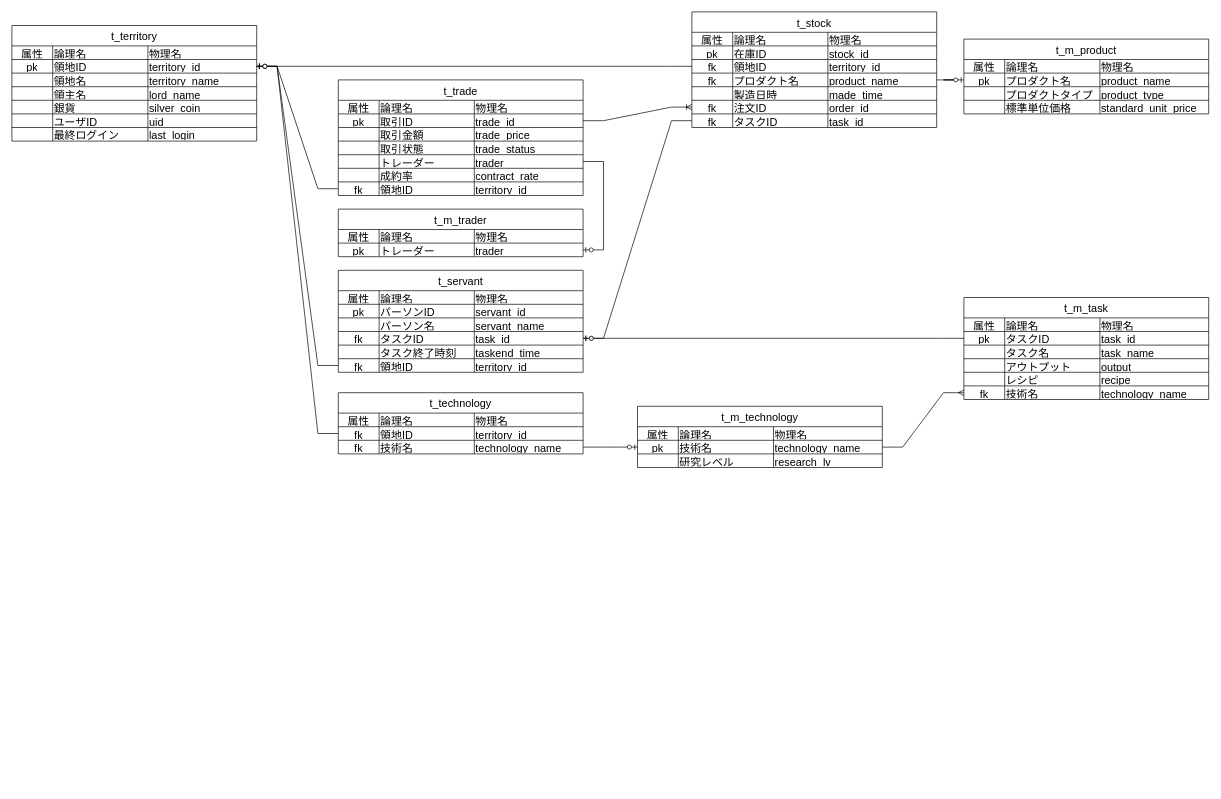
T-Miyaoka/geeklog keeps this draw.io diagram as page "ER" (1 of 4) of table.drawio. Above is the earlier version. Source tidied: cells renumbered, new cells numbered last; positions are measured from the earlier drawing's top-left corner, leaving out a move shared by most shapes. Both pictures are drawn from the tidied source at 68%, with x=0, y=0 at pixel (12, 12).
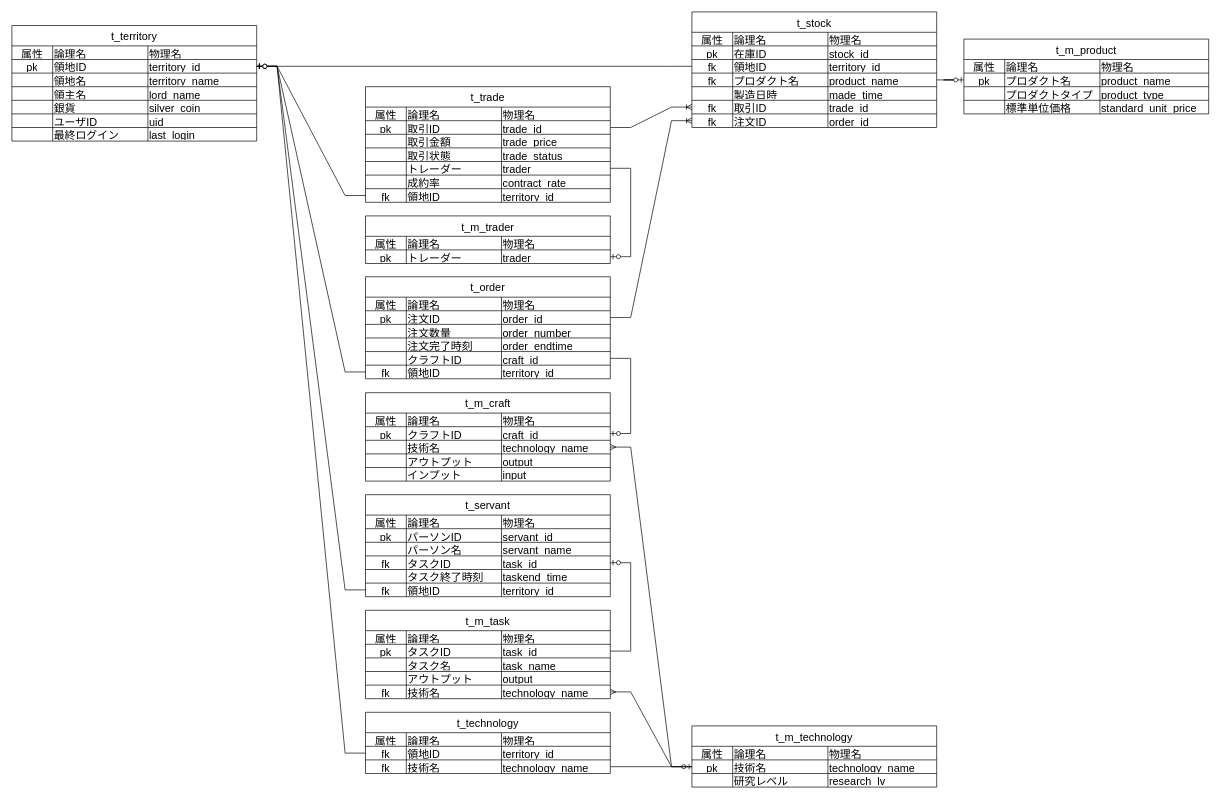
The same diagram, later.

Unchanged cells that the change refers to:
```xml
<mxCell id="7" style="shape=tableRow;horizontal=0;startSize=0;swimlaneHead=0;swimlaneBody=0;strokeColor=inherit;top=0;left=0;bottom=0;right=0;fillColor=none;points=[[0,0.5],[1,0.5]];portConstraint=eastwest;fontSize=16;" parent="2" vertex="1">
  <mxGeometry y="50" width="360" height="20" as="geometry" />
</mxCell>
<mxCell id="36" style="shape=tableRow;horizontal=0;startSize=0;swimlaneHead=0;swimlaneBody=0;strokeColor=inherit;top=0;left=0;bottom=0;right=0;fillColor=none;points=[[0,0.5],[1,0.5]];portConstraint=eastwest;fontSize=16;" parent="31" vertex="1">
  <mxGeometry y="50" width="360" height="20" as="geometry" />
</mxCell>
<mxCell id="81" style="shape=tableRow;horizontal=0;startSize=0;swimlaneHead=0;swimlaneBody=0;strokeColor=inherit;top=0;left=0;bottom=0;right=0;fillColor=none;points=[[0,0.5],[1,0.5]];portConstraint=eastwest;fontSize=16;" parent="60" vertex="1">
  <mxGeometry y="130" width="360" height="20" as="geometry" />
</mxCell>
<mxCell id="85" style="shape=tableRow;horizontal=0;startSize=0;swimlaneHead=0;swimlaneBody=0;strokeColor=inherit;top=0;left=0;bottom=0;right=0;fillColor=none;points=[[0,0.5],[1,0.5]];portConstraint=eastwest;fontSize=16;" parent="60" vertex="1">
  <mxGeometry y="150" width="360" height="20" as="geometry" />
</mxCell>
<mxCell id="102" style="shape=tableRow;horizontal=0;startSize=0;swimlaneHead=0;swimlaneBody=0;strokeColor=inherit;top=0;left=0;bottom=0;right=0;fillColor=none;points=[[0,0.5],[1,0.5]];portConstraint=eastwest;fontSize=16;" parent="89" vertex="1">
  <mxGeometry y="90" width="360" height="20" as="geometry" />
</mxCell>
<mxCell id="120" style="shape=tableRow;horizontal=0;startSize=0;swimlaneHead=0;swimlaneBody=0;strokeColor=inherit;top=0;left=0;bottom=0;right=0;fillColor=none;points=[[0,0.5],[1,0.5]];portConstraint=eastwest;fontSize=16;" parent="115" vertex="1">
  <mxGeometry y="50" width="360" height="20" as="geometry" />
</mxCell>
```

Change to the diagram source:
```diff
@@
     <mxCell id="31" value="t_m_technology" style="shape=table;startSize=30;childLayout=tableLayout;strokeColor=default;fontSize=16;align=center;" parent="1" vertex="1">
-      <mxGeometry x="920" y="580" width="360" height="90" as="geometry" />
+      <mxGeometry x="1000" y="1050" width="360" height="90" as="geometry" />
     </mxCell>
@@
     <mxCell id="45" value="t_technology" style="shape=table;startSize=30;childLayout=tableLayout;strokeColor=default;fontSize=16;align=center;" parent="1" vertex="1">
-      <mxGeometry x="480" y="560" width="360" height="90" as="geometry" />
+      <mxGeometry x="520" y="1030" width="360" height="90" as="geometry" />
     </mxCell>
@@
-    <mxCell id="83" value="注文ID" style="shape=partialRectangle;html=1;whiteSpace=wrap;strokeColor=inherit;overflow=hidden;fillColor=none;top=0;left=0;bottom=0;right=0;fontSize=16;align=left;" parent="81" vertex="1">
+    <mxCell id="83" value="取引ID" style="shape=partialRectangle;html=1;whiteSpace=wrap;strokeColor=inherit;overflow=hidden;fillColor=none;top=0;left=0;bottom=0;right=0;fontSize=16;align=left;" parent="81" vertex="1">
       <mxGeometry x="60" width="140" height="20" as="geometry" />
     </mxCell>
-    <mxCell id="84" value="order_id" style="shape=partialRectangle;html=1;whiteSpace=wrap;strokeColor=inherit;overflow=hidden;fillColor=none;top=0;left=0;bottom=0;right=0;fontSize=16;align=left;" parent="81" vertex="1">
+    <mxCell id="84" value="trade_id" style="shape=partialRectangle;html=1;whiteSpace=wrap;strokeColor=inherit;overflow=hidden;fillColor=none;top=0;left=0;bottom=0;right=0;fontSize=16;align=left;" parent="81" vertex="1">
       <mxGeometry x="200" width="160" height="20" as="geometry" />
     </mxCell>
@@
-    <mxCell id="87" value="タスクID" style="shape=partialRectangle;html=1;whiteSpace=wrap;strokeColor=inherit;overflow=hidden;fillColor=none;top=0;left=0;bottom=0;right=0;fontSize=16;align=left;" parent="85" vertex="1">
+    <mxCell id="87" value="注文ID" style="shape=partialRectangle;html=1;whiteSpace=wrap;strokeColor=inherit;overflow=hidden;fillColor=none;top=0;left=0;bottom=0;right=0;fontSize=16;align=left;" parent="85" vertex="1">
       <mxGeometry x="60" width="140" height="20" as="geometry" />
     </mxCell>
-    <mxCell id="88" value="task_id" style="shape=partialRectangle;html=1;whiteSpace=wrap;strokeColor=inherit;overflow=hidden;fillColor=none;top=0;left=0;bottom=0;right=0;fontSize=16;align=left;" parent="85" vertex="1">
+    <mxCell id="88" value="order_id" style="shape=partialRectangle;html=1;whiteSpace=wrap;strokeColor=inherit;overflow=hidden;fillColor=none;top=0;left=0;bottom=0;right=0;fontSize=16;align=left;" parent="85" vertex="1">
       <mxGeometry x="200" width="160" height="20" as="geometry" />
     </mxCell>
     <mxCell id="89" value="t_servant" style="shape=table;startSize=30;childLayout=tableLayout;strokeColor=default;fontSize=16;align=center;" parent="1" vertex="1">
-      <mxGeometry x="480" y="380" width="360" height="150" as="geometry" />
+      <mxGeometry x="520" y="710" width="360" height="150" as="geometry" />
     </mxCell>
@@
     <mxCell id="115" value="t_m_task" style="shape=table;startSize=30;childLayout=tableLayout;strokeColor=default;fontSize=16;align=center;" parent="1" vertex="1">
-      <mxGeometry x="1400" y="420" width="360" height="150" as="geometry" />
+      <mxGeometry x="520" y="880" width="360" height="130" as="geometry" />
     </mxCell>
@@
-    <mxCell id="132" style="shape=tableRow;horizontal=0;startSize=0;swimlaneHead=0;swimlaneBody=0;strokeColor=inherit;top=0;left=0;bottom=0;right=0;fillColor=none;fontSize=16;" parent="115" vertex="1">
-      <mxGeometry y="110" width="360" height="20" as="geometry" />
-    </mxCell>
-    <mxCell id="133" style="shape=partialRectangle;html=1;whiteSpace=wrap;strokeColor=inherit;overflow=hidden;fillColor=none;top=0;left=0;bottom=0;right=0;fontSize=16;" parent="132" vertex="1">
-      <mxGeometry width="60" height="20" as="geometry" />
-    </mxCell>
-    <mxCell id="134" value="レシピ" style="shape=partialRectangle;html=1;whiteSpace=wrap;strokeColor=inherit;overflow=hidden;fillColor=none;top=0;left=0;bottom=0;right=0;fontSize=16;align=left;" parent="132" vertex="1">
-      <mxGeometry x="60" width="140" height="20" as="geometry" />
-    </mxCell>
-    <mxCell id="135" value="&lt;span style=&quot;text-align: center; text-wrap: nowrap;&quot;&gt;recipe&lt;/span&gt;" style="shape=partialRectangle;html=1;whiteSpace=wrap;strokeColor=inherit;overflow=hidden;fillColor=none;top=0;left=0;bottom=0;right=0;fontSize=16;align=left;" parent="132" vertex="1">
-      <mxGeometry x="200" width="160" height="20" as="geometry" />
-    </mxCell>
     <mxCell id="136" style="shape=tableRow;horizontal=0;startSize=0;swimlaneHead=0;swimlaneBody=0;strokeColor=inherit;top=0;left=0;bottom=0;right=0;fillColor=none;points=[[0,0.5],[1,0.5]];portConstraint=eastwest;fontSize=16;" parent="115" vertex="1">
-      <mxGeometry y="130" width="360" height="20" as="geometry" />
+      <mxGeometry y="110" width="360" height="20" as="geometry" />
     </mxCell>
@@
-    <mxCell id="140" style="edgeStyle=entityRelationEdgeStyle;fontSize=12;html=1;endArrow=ERzeroToOne;endFill=1;rounded=0;entryX=1;entryY=0.5;entryDx=0;entryDy=0;exitX=0;exitY=0.5;exitDx=0;exitDy=0;" parent="1" edge="1" source="120" target="102">
+    <mxCell id="140" style="edgeStyle=entityRelationEdgeStyle;fontSize=12;html=1;endArrow=ERzeroToOne;endFill=1;rounded=0;entryX=1;entryY=0.5;entryDx=0;entryDy=0;" parent="1" edge="1" source="120" target="102">
       <mxGeometry relative="1" as="geometry" />
     </mxCell>
@@
     <mxCell id="160" value="t_trade" style="shape=table;startSize=30;childLayout=tableLayout;strokeColor=default;fontSize=16;align=center;" parent="1" vertex="1">
-      <mxGeometry x="480" y="100" width="360" height="170" as="geometry" />
+      <mxGeometry x="520" y="110" width="360" height="170" as="geometry" />
     </mxCell>
@@
     <mxCell id="190" value="t_m_trader" style="shape=table;startSize=30;childLayout=tableLayout;strokeColor=default;fontSize=16;align=center;" parent="1" vertex="1">
-      <mxGeometry x="480" y="290" width="360" height="70" as="geometry" />
+      <mxGeometry x="520" y="300" width="360" height="70" as="geometry" />
     </mxCell>
@@
-    <mxCell id="201" style="edgeStyle=entityRelationEdgeStyle;fontSize=12;html=1;endArrow=ERzeroToOne;endFill=1;rounded=0;exitX=0;exitY=0.5;exitDx=0;exitDy=0;" parent="1" edge="1" source="85" target="102">
-      <mxGeometry relative="1" as="geometry" />
-    </mxCell>
+    <mxCell id="202" value="t_order" style="shape=table;startSize=30;childLayout=tableLayout;strokeColor=default;fontSize=16;align=center;" parent="1" vertex="1">
+      <mxGeometry x="520" y="389.5" width="360" height="150" as="geometry" />
+    </mxCell>
+    <mxCell id="203" style="shape=tableRow;horizontal=0;startSize=0;swimlaneHead=0;swimlaneBody=0;strokeColor=inherit;top=0;left=0;bottom=0;right=0;fillColor=none;fontSize=16;" parent="202" vertex="1">
+      <mxGeometry y="30" width="360" height="20" as="geometry" />
+    </mxCell>
+    <mxCell id="204" value="属性" style="shape=partialRectangle;html=1;whiteSpace=wrap;strokeColor=inherit;overflow=hidden;fillColor=none;top=0;left=0;bottom=0;right=0;fontSize=16;" parent="203" vertex="1">
+      <mxGeometry width="60" height="20" as="geometry" />
+    </mxCell>
+    <mxCell id="205" value="論理名" style="shape=partialRectangle;html=1;whiteSpace=wrap;strokeColor=inherit;overflow=hidden;fillColor=none;top=0;left=0;bottom=0;right=0;fontSize=16;align=left;" parent="203" vertex="1">
+      <mxGeometry x="60" width="140" height="20" as="geometry" />
+    </mxCell>
+    <mxCell id="206" value="物理名" style="shape=partialRectangle;html=1;whiteSpace=wrap;strokeColor=inherit;overflow=hidden;fillColor=none;top=0;left=0;bottom=0;right=0;fontSize=16;align=left;" parent="203" vertex="1">
+      <mxGeometry x="200" width="160" height="20" as="geometry" />
+    </mxCell>
+    <mxCell id="207" style="shape=tableRow;horizontal=0;startSize=0;swimlaneHead=0;swimlaneBody=0;strokeColor=inherit;top=0;left=0;bottom=0;right=0;fillColor=none;points=[[0,0.5],[1,0.5]];portConstraint=eastwest;fontSize=16;" parent="202" vertex="1">
+      <mxGeometry y="50" width="360" height="20" as="geometry" />
+    </mxCell>
+    <mxCell id="208" value="pk" style="shape=partialRectangle;html=1;whiteSpace=wrap;strokeColor=inherit;overflow=hidden;fillColor=none;top=0;left=0;bottom=0;right=0;fontSize=16;" parent="207" vertex="1">
+      <mxGeometry width="60" height="20" as="geometry" />
+    </mxCell>
+    <mxCell id="209" value="注文ID" style="shape=partialRectangle;html=1;whiteSpace=wrap;strokeColor=inherit;overflow=hidden;fillColor=none;top=0;left=0;bottom=0;right=0;fontSize=16;align=left;" parent="207" vertex="1">
+      <mxGeometry x="60" width="140" height="20" as="geometry" />
+    </mxCell>
+    <mxCell id="210" value="order_id" style="shape=partialRectangle;html=1;whiteSpace=wrap;strokeColor=inherit;overflow=hidden;fillColor=none;top=0;left=0;bottom=0;right=0;fontSize=16;align=left;" parent="207" vertex="1">
+      <mxGeometry x="200" width="160" height="20" as="geometry" />
+    </mxCell>
+    <mxCell id="211" style="shape=tableRow;horizontal=0;startSize=0;swimlaneHead=0;swimlaneBody=0;strokeColor=inherit;top=0;left=0;bottom=0;right=0;fillColor=none;fontSize=16;" parent="202" vertex="1">
+      <mxGeometry y="70" width="360" height="20" as="geometry" />
+    </mxCell>
+    <mxCell id="212" style="shape=partialRectangle;html=1;whiteSpace=wrap;strokeColor=inherit;overflow=hidden;fillColor=none;top=0;left=0;bottom=0;right=0;fontSize=16;" parent="211" vertex="1">
+      <mxGeometry width="60" height="20" as="geometry" />
+    </mxCell>
+    <mxCell id="213" value="注文数量" style="shape=partialRectangle;html=1;whiteSpace=wrap;strokeColor=inherit;overflow=hidden;fillColor=none;top=0;left=0;bottom=0;right=0;fontSize=16;align=left;" parent="211" vertex="1">
+      <mxGeometry x="60" width="140" height="20" as="geometry" />
+    </mxCell>
+    <mxCell id="214" value="order_number" style="shape=partialRectangle;html=1;whiteSpace=wrap;strokeColor=inherit;overflow=hidden;fillColor=none;top=0;left=0;bottom=0;right=0;fontSize=16;align=left;" parent="211" vertex="1">
+      <mxGeometry x="200" width="160" height="20" as="geometry" />
+    </mxCell>
+    <mxCell id="215" style="shape=tableRow;horizontal=0;startSize=0;swimlaneHead=0;swimlaneBody=0;strokeColor=inherit;top=0;left=0;bottom=0;right=0;fillColor=none;fontSize=16;" parent="202" vertex="1">
+      <mxGeometry y="90" width="360" height="20" as="geometry" />
+    </mxCell>
+    <mxCell id="216" style="shape=partialRectangle;html=1;whiteSpace=wrap;strokeColor=inherit;overflow=hidden;fillColor=none;top=0;left=0;bottom=0;right=0;fontSize=16;" parent="215" vertex="1">
+      <mxGeometry width="60" height="20" as="geometry" />
+    </mxCell>
+    <mxCell id="217" value="注文完了時刻" style="shape=partialRectangle;html=1;whiteSpace=wrap;strokeColor=inherit;overflow=hidden;fillColor=none;top=0;left=0;bottom=0;right=0;fontSize=16;align=left;" parent="215" vertex="1">
+      <mxGeometry x="60" width="140" height="20" as="geometry" />
+    </mxCell>
+    <mxCell id="218" value="order_endtime" style="shape=partialRectangle;html=1;whiteSpace=wrap;strokeColor=inherit;overflow=hidden;fillColor=none;top=0;left=0;bottom=0;right=0;fontSize=16;align=left;" parent="215" vertex="1">
+      <mxGeometry x="200" width="160" height="20" as="geometry" />
+    </mxCell>
+    <mxCell id="219" style="shape=tableRow;horizontal=0;startSize=0;swimlaneHead=0;swimlaneBody=0;strokeColor=inherit;top=0;left=0;bottom=0;right=0;fillColor=none;points=[[0,0.5],[1,0.5]];portConstraint=eastwest;fontSize=16;" parent="202" vertex="1">
+      <mxGeometry y="110" width="360" height="20" as="geometry" />
+    </mxCell>
+    <mxCell id="220" style="shape=partialRectangle;html=1;whiteSpace=wrap;strokeColor=inherit;overflow=hidden;fillColor=none;top=0;left=0;bottom=0;right=0;fontSize=16;" parent="219" vertex="1">
+      <mxGeometry width="60" height="20" as="geometry" />
+    </mxCell>
+    <mxCell id="221" value="クラフトID" style="shape=partialRectangle;html=1;whiteSpace=wrap;strokeColor=inherit;overflow=hidden;fillColor=none;top=0;left=0;bottom=0;right=0;fontSize=16;align=left;" parent="219" vertex="1">
+      <mxGeometry x="60" width="140" height="20" as="geometry" />
+    </mxCell>
+    <mxCell id="222" value="craft_id" style="shape=partialRectangle;html=1;whiteSpace=wrap;strokeColor=inherit;overflow=hidden;fillColor=none;top=0;left=0;bottom=0;right=0;fontSize=16;align=left;" parent="219" vertex="1">
+      <mxGeometry x="200" width="160" height="20" as="geometry" />
+    </mxCell>
+    <mxCell id="223" style="shape=tableRow;horizontal=0;startSize=0;swimlaneHead=0;swimlaneBody=0;strokeColor=inherit;top=0;left=0;bottom=0;right=0;fillColor=none;points=[[0,0.5],[1,0.5]];portConstraint=eastwest;fontSize=16;" parent="202" vertex="1">
+      <mxGeometry y="130" width="360" height="20" as="geometry" />
+    </mxCell>
+    <mxCell id="224" value="fk" style="shape=partialRectangle;html=1;whiteSpace=wrap;strokeColor=inherit;overflow=hidden;fillColor=none;top=0;left=0;bottom=0;right=0;fontSize=16;" parent="223" vertex="1">
+      <mxGeometry width="60" height="20" as="geometry" />
+    </mxCell>
+    <mxCell id="225" value="領地ID" style="shape=partialRectangle;html=1;whiteSpace=wrap;strokeColor=inherit;overflow=hidden;fillColor=none;top=0;left=0;bottom=0;right=0;fontSize=16;align=left;" parent="223" vertex="1">
+      <mxGeometry x="60" width="140" height="20" as="geometry" />
+    </mxCell>
+    <mxCell id="226" value="&lt;span style=&quot;text-align: center; text-wrap: nowrap;&quot;&gt;territory&lt;/span&gt;_id" style="shape=partialRectangle;html=1;whiteSpace=wrap;strokeColor=inherit;overflow=hidden;fillColor=none;top=0;left=0;bottom=0;right=0;fontSize=16;align=left;" parent="223" vertex="1">
+      <mxGeometry x="200" width="160" height="20" as="geometry" />
+    </mxCell>
+    <mxCell id="227" style="edgeStyle=entityRelationEdgeStyle;fontSize=12;html=1;endArrow=ERoneToMany;rounded=0;" parent="1" edge="1" source="207" target="85">
+      <mxGeometry relative="1" as="geometry" />
+    </mxCell>
+    <mxCell id="228" style="edgeStyle=entityRelationEdgeStyle;fontSize=12;html=1;endArrow=ERzeroToOne;endFill=1;rounded=0;entryX=1;entryY=0.5;entryDx=0;entryDy=0;exitX=0;exitY=0.5;exitDx=0;exitDy=0;" parent="1" edge="1" source="223" target="7">
+      <mxGeometry relative="1" as="geometry" />
+    </mxCell>
+    <mxCell id="229" value="t_m_craft" style="shape=table;startSize=30;childLayout=tableLayout;strokeColor=default;fontSize=16;align=center;" parent="1" vertex="1">
+      <mxGeometry x="520" y="560" width="360" height="130" as="geometry" />
+    </mxCell>
+    <mxCell id="230" style="shape=tableRow;horizontal=0;startSize=0;swimlaneHead=0;swimlaneBody=0;strokeColor=inherit;top=0;left=0;bottom=0;right=0;fillColor=none;fontSize=16;" parent="229" vertex="1">
+      <mxGeometry y="30" width="360" height="20" as="geometry" />
+    </mxCell>
+    <mxCell id="231" value="属性" style="shape=partialRectangle;html=1;whiteSpace=wrap;strokeColor=inherit;overflow=hidden;fillColor=none;top=0;left=0;bottom=0;right=0;fontSize=16;" parent="230" vertex="1">
+      <mxGeometry width="60" height="20" as="geometry" />
+    </mxCell>
+    <mxCell id="232" value="論理名" style="shape=partialRectangle;html=1;whiteSpace=wrap;strokeColor=inherit;overflow=hidden;fillColor=none;top=0;left=0;bottom=0;right=0;fontSize=16;align=left;" parent="230" vertex="1">
+      <mxGeometry x="60" width="140" height="20" as="geometry" />
+    </mxCell>
+    <mxCell id="233" value="物理名" style="shape=partialRectangle;html=1;whiteSpace=wrap;strokeColor=inherit;overflow=hidden;fillColor=none;top=0;left=0;bottom=0;right=0;fontSize=16;align=left;" parent="230" vertex="1">
+      <mxGeometry x="200" width="160" height="20" as="geometry" />
+    </mxCell>
+    <mxCell id="234" style="shape=tableRow;horizontal=0;startSize=0;swimlaneHead=0;swimlaneBody=0;strokeColor=inherit;top=0;left=0;bottom=0;right=0;fillColor=none;points=[[0,0.5],[1,0.5]];portConstraint=eastwest;fontSize=16;" parent="229" vertex="1">
+      <mxGeometry y="50" width="360" height="20" as="geometry" />
+    </mxCell>
+    <mxCell id="235" value="pk" style="shape=partialRectangle;html=1;whiteSpace=wrap;strokeColor=inherit;overflow=hidden;fillColor=none;top=0;left=0;bottom=0;right=0;fontSize=16;" parent="234" vertex="1">
+      <mxGeometry width="60" height="20" as="geometry" />
+    </mxCell>
+    <mxCell id="236" value="クラフトID" style="shape=partialRectangle;html=1;whiteSpace=wrap;strokeColor=inherit;overflow=hidden;fillColor=none;top=0;left=0;bottom=0;right=0;fontSize=16;align=left;" parent="234" vertex="1">
+      <mxGeometry x="60" width="140" height="20" as="geometry" />
+    </mxCell>
+    <mxCell id="237" value="craft_id" style="shape=partialRectangle;html=1;whiteSpace=wrap;strokeColor=inherit;overflow=hidden;fillColor=none;top=0;left=0;bottom=0;right=0;fontSize=16;align=left;" parent="234" vertex="1">
+      <mxGeometry x="200" width="160" height="20" as="geometry" />
+    </mxCell>
+    <mxCell id="238" style="shape=tableRow;horizontal=0;startSize=0;swimlaneHead=0;swimlaneBody=0;strokeColor=inherit;top=0;left=0;bottom=0;right=0;fillColor=none;points=[[0,0.5],[1,0.5]];portConstraint=eastwest;fontSize=16;" parent="229" vertex="1">
+      <mxGeometry y="70" width="360" height="20" as="geometry" />
+    </mxCell>
+    <mxCell id="239" style="shape=partialRectangle;html=1;whiteSpace=wrap;strokeColor=inherit;overflow=hidden;fillColor=none;top=0;left=0;bottom=0;right=0;fontSize=16;" parent="238" vertex="1">
+      <mxGeometry width="60" height="20" as="geometry" />
+    </mxCell>
+    <mxCell id="240" value="技術名" style="shape=partialRectangle;html=1;whiteSpace=wrap;strokeColor=inherit;overflow=hidden;fillColor=none;top=0;left=0;bottom=0;right=0;fontSize=16;align=left;" parent="238" vertex="1">
+      <mxGeometry x="60" width="140" height="20" as="geometry" />
+    </mxCell>
+    <mxCell id="241" value="technology_name" style="shape=partialRectangle;html=1;whiteSpace=wrap;strokeColor=inherit;overflow=hidden;fillColor=none;top=0;left=0;bottom=0;right=0;fontSize=16;align=left;" parent="238" vertex="1">
+      <mxGeometry x="200" width="160" height="20" as="geometry" />
+    </mxCell>
+    <mxCell id="242" style="shape=tableRow;horizontal=0;startSize=0;swimlaneHead=0;swimlaneBody=0;strokeColor=inherit;top=0;left=0;bottom=0;right=0;fillColor=none;fontSize=16;" parent="229" vertex="1">
+      <mxGeometry y="90" width="360" height="20" as="geometry" />
+    </mxCell>
+    <mxCell id="243" style="shape=partialRectangle;html=1;whiteSpace=wrap;strokeColor=inherit;overflow=hidden;fillColor=none;top=0;left=0;bottom=0;right=0;fontSize=16;" parent="242" vertex="1">
+      <mxGeometry width="60" height="20" as="geometry" />
+    </mxCell>
+    <mxCell id="244" value="アウトプット" style="shape=partialRectangle;html=1;whiteSpace=wrap;strokeColor=inherit;overflow=hidden;fillColor=none;top=0;left=0;bottom=0;right=0;fontSize=16;align=left;" parent="242" vertex="1">
+      <mxGeometry x="60" width="140" height="20" as="geometry" />
+    </mxCell>
+    <mxCell id="245" value="output" style="shape=partialRectangle;html=1;whiteSpace=wrap;strokeColor=inherit;overflow=hidden;fillColor=none;top=0;left=0;bottom=0;right=0;fontSize=16;align=left;" parent="242" vertex="1">
+      <mxGeometry x="200" width="160" height="20" as="geometry" />
+    </mxCell>
+    <mxCell id="246" style="shape=tableRow;horizontal=0;startSize=0;swimlaneHead=0;swimlaneBody=0;strokeColor=inherit;top=0;left=0;bottom=0;right=0;fillColor=none;fontSize=16;" parent="229" vertex="1">
+      <mxGeometry y="110" width="360" height="20" as="geometry" />
+    </mxCell>
+    <mxCell id="247" style="shape=partialRectangle;html=1;whiteSpace=wrap;strokeColor=inherit;overflow=hidden;fillColor=none;top=0;left=0;bottom=0;right=0;fontSize=16;" parent="246" vertex="1">
+      <mxGeometry width="60" height="20" as="geometry" />
+    </mxCell>
+    <mxCell id="248" value="インプット" style="shape=partialRectangle;html=1;whiteSpace=wrap;strokeColor=inherit;overflow=hidden;fillColor=none;top=0;left=0;bottom=0;right=0;fontSize=16;align=left;" parent="246" vertex="1">
+      <mxGeometry x="60" width="140" height="20" as="geometry" />
+    </mxCell>
+    <mxCell id="249" value="input" style="shape=partialRectangle;html=1;whiteSpace=wrap;strokeColor=inherit;overflow=hidden;fillColor=none;top=0;left=0;bottom=0;right=0;fontSize=16;align=left;" parent="246" vertex="1">
+      <mxGeometry x="200" width="160" height="20" as="geometry" />
+    </mxCell>
+    <mxCell id="250" style="edgeStyle=entityRelationEdgeStyle;fontSize=12;html=1;endArrow=ERzeroToOne;endFill=1;rounded=0;entryX=1;entryY=0.5;entryDx=0;entryDy=0;" parent="1" edge="1" source="219" target="234">
+      <mxGeometry relative="1" as="geometry" />
+    </mxCell>
+    <mxCell id="251" style="edgeStyle=entityRelationEdgeStyle;fontSize=12;html=1;endArrow=ERmany;rounded=0;" parent="1" edge="1" source="36" target="238">
+      <mxGeometry relative="1" as="geometry" />
+    </mxCell>
```
